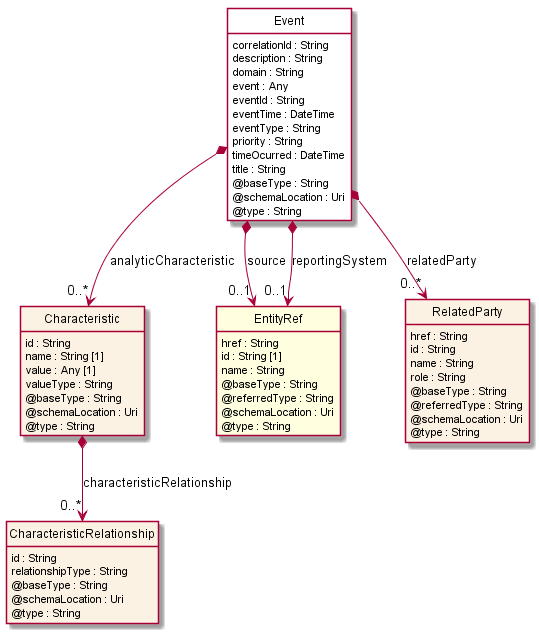
Above: apis/TMF688_Event/documentation/diagrams/Resource_Event.png in tmforum-apis/Open_Api_And_Data_Model (PlantUML), before the change.
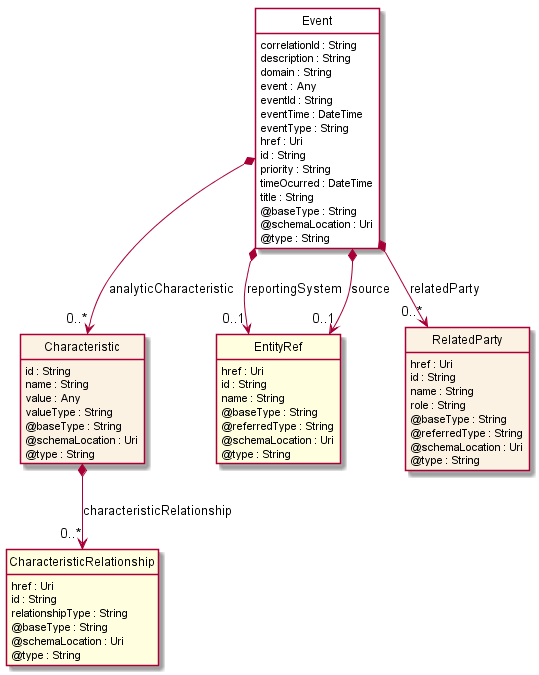
Above is the later version.

What changed in the source:
```diff
@@ -18,6 +18,8 @@
     eventId : String
     eventTime : DateTime
     eventType : String
+    href : Uri
+    id : String
     priority : String
     timeOcurred : DateTime
     title : String
@@ -28,15 +30,16 @@
 
 class Characteristic  {
     id : String
-    name : String [1]
-    value : Any [1]
+    name : String
+    value : Any
     valueType : String
     @baseType : String
     @schemaLocation : Uri
     @type : String
 }
 
-class CharacteristicRelationship  {
+class CharacteristicRelationship  <<Ref>> {
+    href : Uri
     id : String
     relationshipType : String
     @baseType : String
@@ -45,8 +48,8 @@
 }
 
 class EntityRef  <<Ref>> {
-    href : String
-    id : String [1]
+    href : Uri
+    id : String
     name : String
     @baseType : String
     @referredType : String
@@ -55,7 +58,7 @@
 }
 
 class RelatedParty  {
-    href : String
+    href : Uri
     id : String
     name : String
     role : String
@@ -67,9 +70,9 @@
 
 Event *-->  "0..*" RelatedParty : relatedParty
 
+Event *-->  "0..1" EntityRef : reportingSystem
+
 Event *-->  "0..1" EntityRef : source
-
-Event *-->  "0..1" EntityRef : reportingSystem
 
 Event *-->  "0..*" Characteristic : analyticCharacteristic
 
```
